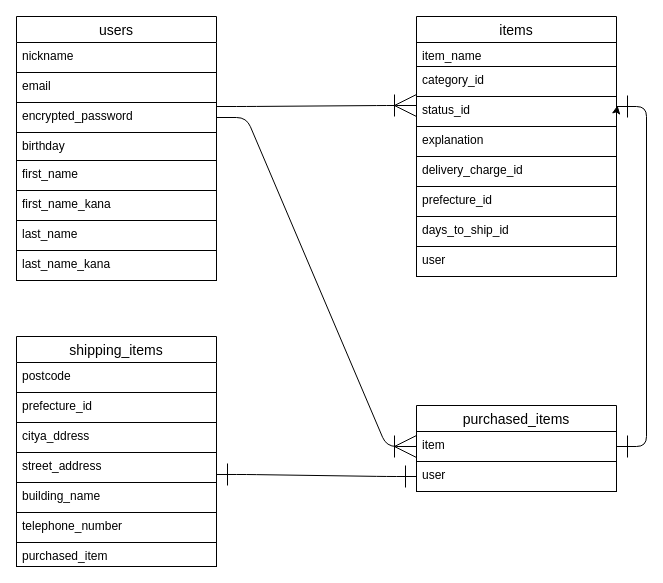
This is furima-39363.dio from Gitoru980299/furima-39363, a draw.io file, before an edit. Source tidied: cells renumbered, new cells numbered last; positions are measured from the earlier drawing's top-left corner, leaving out a move shared by most shapes. Both pictures are drawn from the tidied source at 100%, with x=0, y=0 at pixel (16, 16).
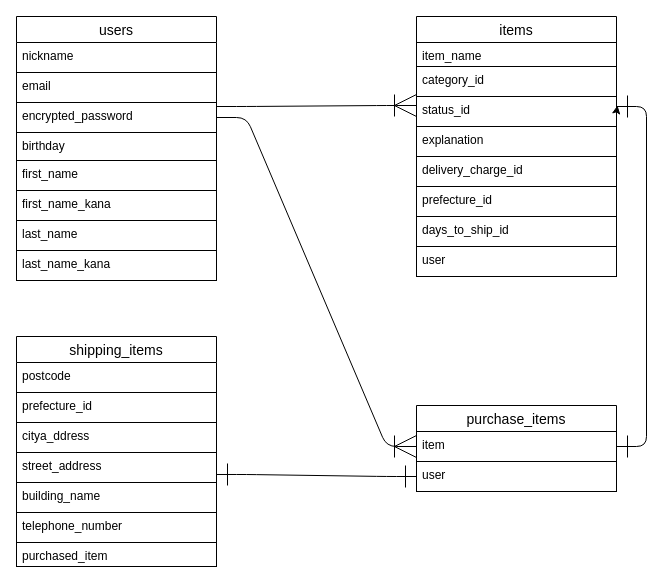
After the change.

The edit, as a diff of the source:
```diff
@@
-    <mxCell id="11" value="purchased_items" style="swimlane;fontStyle=0;horizontal=1;startSize=26;align=center;fontSize=14;strokeColor=default;" parent="1" vertex="1">
+    <mxCell id="11" value="purchase_items" style="swimlane;fontStyle=0;horizontal=1;startSize=26;align=center;fontSize=14;strokeColor=default;" parent="1" vertex="1">
       <mxGeometry x="400" y="389" width="200" height="56" as="geometry" />
     </mxCell>
```
